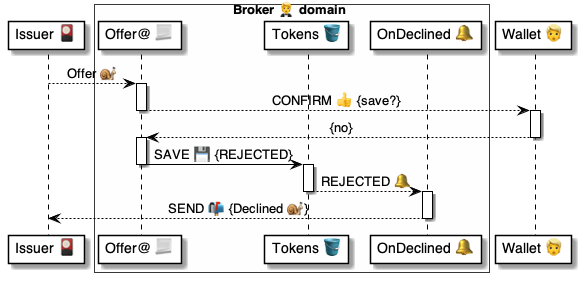
Earlier version of the PlantUML export 4 ⚙️ Solution/20 🧑‍🦰 UI/Brokers 🤵/🤵🪣 Broker tables/Tokens 🎫 table/🪣🔔 3 Declined/🤵 OnTokenDeclined ⚙️ uml.png (pollyweb-org/pollyweb-docs). Its source is kept beside it as 4 ⚙️ Solution/20 🧑‍🦰 UI/Brokers 🤵/🤵🪣 Broker tables/Tokens 🎫 table/🪣🔔 3 Declined/🤵 OnTokenDeclined ⚙️ uml.puml.
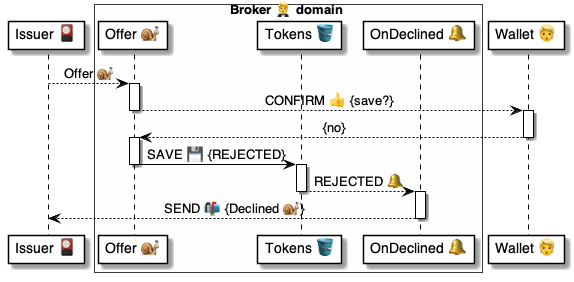
The same file after the commit.

Diff of the diagram source:
```diff
@@ -3,7 +3,7 @@
 participant "Issuer 🎴" as issuer
 
 box Broker 🤵 domain #FFFFFA
-    participant "Offer@ 📃" as script
+    participant "Offer 🐌" as script
     participant "Tokens 🪣" as tokens
     participant "OnDeclined 🔔" as change
 end box
```
